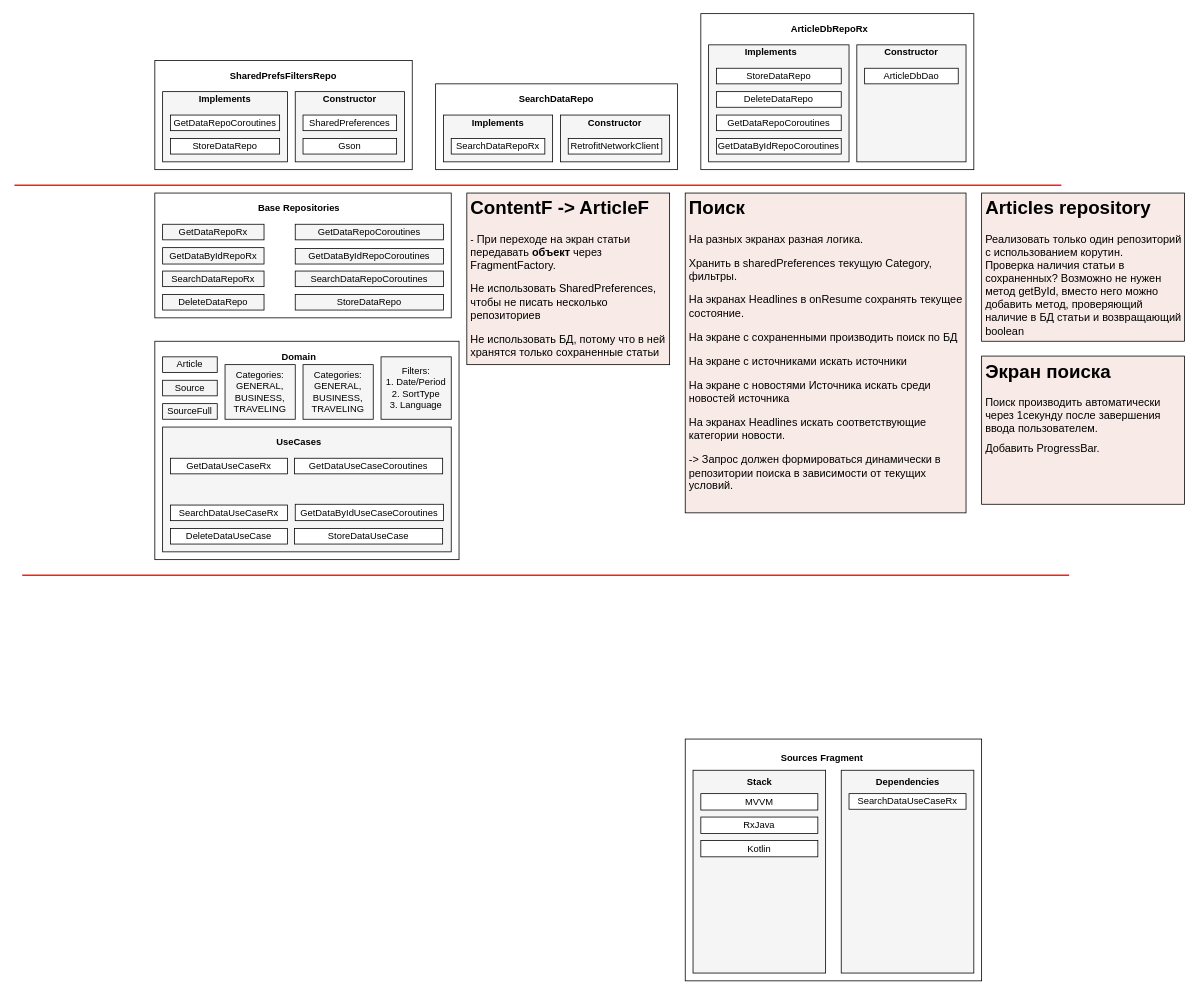
Megrief/AudioPlayer keeps this draw.io diagram as app/Диаграмма без названия.drawio. Above is the earlier version. Source tidied: cells renumbered, new cells numbered last; positions are measured from the earlier drawing's top-left corner, leaving out a move shared by most shapes. Both pictures are drawn from the tidied source at 78%, with x=0, y=0 at pixel (14, 13).
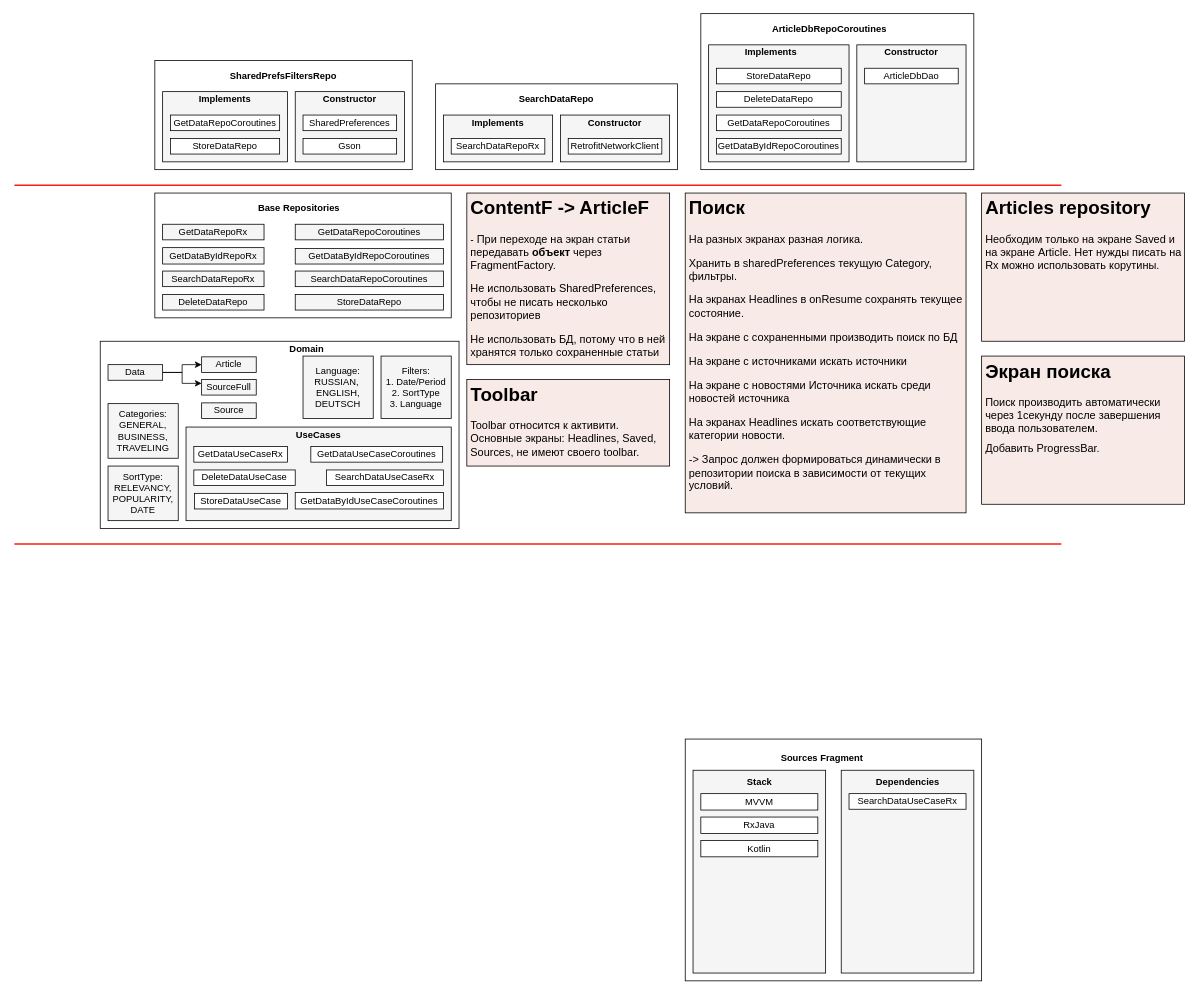
The same page after the edit.

Change to the diagram source:
```diff
@@
     <mxCell id="3" style="rounded=0;whiteSpace=wrap;html=1;" parent="1" vertex="1">
-      <mxGeometry x="180" y="420" width="390" height="280" as="geometry" />
+      <mxGeometry x="110" y="420" width="460" height="240" as="geometry" />
     </mxCell>
     <mxCell id="4" value="Article" style="text;html=1;align=center;verticalAlign=middle;whiteSpace=wrap;rounded=0;strokeColor=#000000;fillColor=#f5f5f5;fontColor=#000000;" parent="1" vertex="1">
-      <mxGeometry x="190" y="440" width="70" height="20" as="geometry" />
+      <mxGeometry x="240" y="440" width="70" height="20" as="geometry" />
     </mxCell>
     <mxCell id="5" value="Source" style="text;html=1;align=center;verticalAlign=middle;whiteSpace=wrap;rounded=0;strokeColor=#000000;fillColor=#f5f5f5;fontColor=#000000;" parent="1" vertex="1">
-      <mxGeometry x="190" y="470" width="70" height="20" as="geometry" />
+      <mxGeometry x="240" y="499" width="70" height="20" as="geometry" />
     </mxCell>
     <mxCell id="6" value="SourceFull" style="text;html=1;align=center;verticalAlign=middle;whiteSpace=wrap;rounded=0;strokeColor=#000000;fillColor=#f5f5f5;fontColor=#000000;" parent="1" vertex="1">
-      <mxGeometry x="190" y="500" width="70" height="20" as="geometry" />
+      <mxGeometry x="240" y="469" width="70" height="20" as="geometry" />
     </mxCell>
     <mxCell id="7" value="Filters:&lt;br&gt;1. Date/Period&lt;br&gt;2. SortType&lt;br&gt;3. Language" style="text;html=1;align=center;verticalAlign=middle;whiteSpace=wrap;rounded=0;strokeColor=#000000;fillColor=#f5f5f5;fontColor=#000000;" parent="1" vertex="1">
-      <mxGeometry x="470" y="440" width="90" height="80" as="geometry" />
+      <mxGeometry x="470" y="439" width="90" height="80" as="geometry" />
     </mxCell>
     <mxCell id="8" style="rounded=0;whiteSpace=wrap;html=1;fillColor=#f5f5f5;fontColor=#000000;strokeColor=#000000;" parent="1" vertex="1">
-      <mxGeometry x="190" y="530" width="370" height="160" as="geometry" />
+      <mxGeometry x="220" y="530" width="340" height="120" as="geometry" />
     </mxCell>
     <mxCell id="9" value="StoreDataUseCase" style="text;html=1;align=center;verticalAlign=middle;whiteSpace=wrap;rounded=0;fillColor=default;strokeColor=default;fontColor=#000000;" parent="1" vertex="1">
-      <mxGeometry x="359" y="660" width="190" height="20" as="geometry" />
+      <mxGeometry x="231" y="615" width="119" height="20" as="geometry" />
     </mxCell>
     <mxCell id="10" value="GetDataUseCaseCoroutines" style="text;html=1;align=center;verticalAlign=middle;whiteSpace=wrap;rounded=0;fillColor=default;strokeColor=default;fontColor=#000000;" parent="1" vertex="1">
-      <mxGeometry x="359" y="570" width="190" height="20" as="geometry" />
+      <mxGeometry x="380" y="555" width="169" height="20" as="geometry" />
     </mxCell>
     <mxCell id="11" value="GetDataByIdUseCaseCoroutines" style="text;html=1;align=center;verticalAlign=middle;whiteSpace=wrap;rounded=0;fillColor=default;strokeColor=default;fontColor=#000000;" parent="1" vertex="1">
-      <mxGeometry x="360" y="629" width="190" height="21" as="geometry" />
+      <mxGeometry x="360" y="614" width="190" height="21" as="geometry" />
     </mxCell>
     <mxCell id="12" value="DeleteDataUseCase" style="text;html=1;align=center;verticalAlign=middle;whiteSpace=wrap;rounded=0;fillColor=default;strokeColor=default;fontColor=#000000;" parent="1" vertex="1">
-      <mxGeometry x="200" y="660" width="150" height="20" as="geometry" />
+      <mxGeometry x="230" y="585" width="130" height="20" as="geometry" />
     </mxCell>
     <mxCell id="13" value="GetDataUseCaseRx" style="text;html=1;align=center;verticalAlign=middle;whiteSpace=wrap;rounded=0;fillColor=default;strokeColor=default;fontColor=#000000;" parent="1" vertex="1">
-      <mxGeometry x="200" y="570" width="150" height="20" as="geometry" />
+      <mxGeometry x="230" y="555" width="120" height="20" as="geometry" />
     </mxCell>
     <mxCell id="14" value="SearchDataUseCaseRx" style="text;html=1;align=center;verticalAlign=middle;whiteSpace=wrap;rounded=0;fillColor=default;strokeColor=default;fontColor=#000000;" parent="1" vertex="1">
-      <mxGeometry x="200" y="630" width="150" height="20" as="geometry" />
+      <mxGeometry x="400" y="585" width="150" height="20" as="geometry" />
     </mxCell>
@@
     <mxCell id="24" value="Domain" style="text;html=1;strokeColor=none;fillColor=none;align=center;verticalAlign=middle;whiteSpace=wrap;rounded=0;fontStyle=1;" parent="1" vertex="1">
-      <mxGeometry x="270" y="430" width="190" height="20" as="geometry" />
+      <mxGeometry x="280" y="420" width="190" height="20" as="geometry" />
     </mxCell>
     <mxCell id="25" value="UseCases" style="text;html=1;strokeColor=none;fillColor=none;align=center;verticalAlign=middle;whiteSpace=wrap;rounded=0;fontStyle=1;" parent="1" vertex="1">
-      <mxGeometry x="270" y="540" width="190" height="20" as="geometry" />
+      <mxGeometry x="295" y="530" width="190" height="20" as="geometry" />
     </mxCell>
@@
-    <mxCell id="46" value="&lt;b&gt;ArticleDbRepoRx&lt;/b&gt;" style="text;html=1;strokeColor=none;fillColor=none;align=center;verticalAlign=middle;whiteSpace=wrap;rounded=0;" parent="1" vertex="1">
+    <mxCell id="46" value="&lt;b&gt;ArticleDbRepoCoroutines&lt;/b&gt;" style="text;html=1;strokeColor=none;fillColor=none;align=center;verticalAlign=middle;whiteSpace=wrap;rounded=0;" parent="1" vertex="1">
       <mxGeometry x="965" y="10" width="160" height="20" as="geometry" />
     </mxCell>
@@
-    <mxCell id="57" value="&lt;h1&gt;Поиск&lt;/h1&gt;&lt;p style=&quot;font-size: 14px;&quot;&gt;&lt;font style=&quot;font-size: 14px;&quot;&gt;На разных экранах разная логика.&amp;nbsp;&lt;/font&gt;&lt;/p&gt;&lt;p style=&quot;font-size: 14px;&quot;&gt;&lt;font style=&quot;font-size: 14px;&quot;&gt;Хранить в sharedPreferences текущую Category, фильтры.&lt;/font&gt;&lt;/p&gt;&lt;p style=&quot;font-size: 14px;&quot;&gt;&lt;font style=&quot;font-size: 14px;&quot;&gt;На экранах Headlines в onResume сохранять текущее состояние.&lt;/font&gt;&lt;/p&gt;&lt;p style=&quot;font-size: 14px;&quot;&gt;&lt;font style=&quot;font-size: 14px;&quot;&gt;На экране с сохраненными производить поиск по БД&lt;/font&gt;&lt;/p&gt;&lt;p style=&quot;font-size: 14px;&quot;&gt;&lt;font style=&quot;font-size: 14px;&quot;&gt;На экране с источниками искать источники&lt;/font&gt;&lt;/p&gt;&lt;p style=&quot;font-size: 14px;&quot;&gt;&lt;font style=&quot;font-size: 14px;&quot;&gt;На экране с новостями Источника искать среди новостей источника&lt;/font&gt;&lt;/p&gt;&lt;p style=&quot;font-size: 14px;&quot;&gt;&lt;font style=&quot;font-size: 14px;&quot;&gt;На экранах Headlines искать соответствующие категории новости.&lt;/font&gt;&lt;/p&gt;&lt;p style=&quot;font-size: 14px;&quot;&gt;&lt;font style=&quot;font-size: 14px;&quot;&gt;-&amp;gt; Запрос должен формироваться динамически в репозитории поиска в зависимости от текущих условий.&lt;/font&gt;&lt;/p&gt;" style="text;html=1;strokeColor=default;fillColor=#F8EBE7;spacing=5;spacingTop=-20;whiteSpace=wrap;overflow=hidden;rounded=0;" parent="1" vertex="1">
+    <mxCell id="57" value="&lt;h1&gt;Поиск&lt;/h1&gt;&lt;p style=&quot;font-size: 14px;&quot;&gt;&lt;font style=&quot;font-size: 14px;&quot;&gt;На разных экранах разная логика.&amp;nbsp;&lt;/font&gt;&lt;/p&gt;&lt;p style=&quot;font-size: 14px;&quot;&gt;&lt;font style=&quot;font-size: 14px;&quot;&gt;Хранить в sharedPreferences текущую Category, фильтры.&lt;/font&gt;&lt;/p&gt;&lt;p style=&quot;font-size: 14px;&quot;&gt;&lt;font style=&quot;font-size: 14px;&quot;&gt;На экранах Headlines в onResume сохранять текущее состояние.&lt;/font&gt;&lt;/p&gt;&lt;p style=&quot;font-size: 14px;&quot;&gt;&lt;font style=&quot;font-size: 14px;&quot;&gt;На экране с сохраненными производить поиск по БД&lt;/font&gt;&lt;/p&gt;&lt;p style=&quot;font-size: 14px;&quot;&gt;&lt;font style=&quot;font-size: 14px;&quot;&gt;На экране с источниками искать источники&lt;/font&gt;&lt;/p&gt;&lt;p style=&quot;font-size: 14px;&quot;&gt;&lt;font style=&quot;font-size: 14px;&quot;&gt;На экране с новостями Источника искать среди новостей источника&lt;/font&gt;&lt;/p&gt;&lt;p style=&quot;font-size: 14px;&quot;&gt;&lt;font style=&quot;font-size: 14px;&quot;&gt;На экранах Headlines искать соответствующие категории новости.&lt;/font&gt;&lt;/p&gt;&lt;p style=&quot;font-size: 14px;&quot;&gt;&lt;font style=&quot;font-size: 14px;&quot;&gt;-&amp;gt; Запрос должен формироваться динамически в репозитории поиска в зависимости от текущих условий.&lt;/font&gt;&lt;/p&gt;&lt;p style=&quot;font-size: 14px;&quot;&gt;&lt;font style=&quot;font-size: 14px;&quot;&gt;&lt;br&gt;&lt;/font&gt;&lt;/p&gt;" style="text;html=1;strokeColor=default;fillColor=#F8EBE7;spacing=5;spacingTop=-20;whiteSpace=wrap;overflow=hidden;rounded=0;" parent="1" vertex="1">
       <mxGeometry x="860" y="230" width="360" height="410" as="geometry" />
     </mxCell>
     <mxCell id="58" value="Categories:&lt;br&gt;GENERAL,&lt;br&gt;BUSINESS,&lt;br&gt;TRAVELING" style="text;html=1;align=center;verticalAlign=middle;whiteSpace=wrap;rounded=0;strokeColor=#000000;fillColor=#f5f5f5;fontColor=#000000;" parent="1" vertex="1">
-      <mxGeometry x="370" y="450" width="90" height="70" as="geometry" />
+      <mxGeometry x="120" y="500" width="90" height="70" as="geometry" />
     </mxCell>
     <mxCell id="59" style="endArrow=none;html=1;rounded=0;strokeWidth=2;strokeColor=#FF1D0D;" parent="1" edge="1">
       <mxGeometry relative="1" as="geometry">
-        <mxPoint x="10" y="720" as="sourcePoint" />
-        <mxPoint x="1352.2" y="720" as="targetPoint" />
+        <mxPoint y="680" as="sourcePoint" />
+        <mxPoint x="1342.2" y="680" as="targetPoint" />
       </mxGeometry>
     </mxCell>
-    <mxCell id="60" value="Categories:&lt;br&gt;GENERAL,&lt;br&gt;BUSINESS,&lt;br&gt;TRAVELING" style="text;html=1;align=center;verticalAlign=middle;whiteSpace=wrap;rounded=0;strokeColor=#000000;fillColor=#f5f5f5;fontColor=#000000;" parent="1" vertex="1">
-      <mxGeometry x="270" y="450" width="90" height="70" as="geometry" />
+    <mxCell id="60" value="SortType:&lt;br&gt;RELEVANCY,&lt;br&gt;POPULARITY,&lt;br&gt;DATE" style="text;html=1;align=center;verticalAlign=middle;whiteSpace=wrap;rounded=0;strokeColor=#000000;fillColor=#f5f5f5;fontColor=#000000;" parent="1" vertex="1">
+      <mxGeometry x="120" y="580" width="90" height="70" as="geometry" />
     </mxCell>
-    <mxCell id="61" value="&lt;h1&gt;&lt;span style=&quot;background-color: initial;&quot;&gt;Articles repository&lt;/span&gt;&lt;/h1&gt;&lt;div style=&quot;font-size: 14px;&quot;&gt;Реализовать только один репозиторий с использованием корутин.&amp;nbsp;&lt;/div&gt;&lt;div style=&quot;font-size: 14px;&quot;&gt;Проверка наличия статьи в сохраненных? Возможно не нужен метод getById, вместо него можно добавить метод, проверяющий наличие в БД статьи и возвращающий boolean&lt;/div&gt;" style="text;html=1;strokeColor=#000000;fillColor=#F8EBE7;spacing=5;spacingTop=-20;whiteSpace=wrap;overflow=hidden;rounded=0;" parent="1" vertex="1">
+    <mxCell id="61" value="&lt;h1&gt;&lt;span style=&quot;background-color: initial;&quot;&gt;Articles repository&lt;/span&gt;&lt;/h1&gt;&lt;div style=&quot;font-size: 14px;&quot;&gt;Необходим только на экране Saved и на экране Article. Нет нужды писать на Rx можно использовать корутины.&lt;/div&gt;" style="text;html=1;strokeColor=#000000;fillColor=#F8EBE7;spacing=5;spacingTop=-20;whiteSpace=wrap;overflow=hidden;rounded=0;" parent="1" vertex="1">
       <mxGeometry x="1240" y="230" width="260" height="190" as="geometry" />
     </mxCell>
@@
+    <mxCell id="73" style="edgeStyle=orthogonalEdgeStyle;rounded=0;jettySize=auto;html=1;exitX=1;exitY=0.5;exitDx=0;exitDy=0;entryX=0;entryY=0.5;entryDx=0;entryDy=0;" parent="1" edge="1" source="75" target="4">
+      <mxGeometry relative="1" as="geometry" />
+    </mxCell>
+    <mxCell id="74" style="edgeStyle=orthogonalEdgeStyle;rounded=0;jettySize=auto;html=1;exitX=1;exitY=0.5;exitDx=0;exitDy=0;entryX=0;entryY=0.25;entryDx=0;entryDy=0;" parent="1" edge="1" source="75" target="6">
+      <mxGeometry relative="1" as="geometry" />
+    </mxCell>
+    <mxCell id="75" value="Data" style="text;html=1;align=center;verticalAlign=middle;whiteSpace=wrap;rounded=0;strokeColor=#000000;fillColor=#f5f5f5;fontColor=#000000;" parent="1" vertex="1">
+      <mxGeometry x="120" y="450" width="70" height="20" as="geometry" />
+    </mxCell>
+    <mxCell id="76" value="Language:&lt;br&gt;RUSSIAN,&amp;nbsp;&lt;br&gt;ENGLISH,&lt;br&gt;DEUTSCH" style="text;html=1;align=center;verticalAlign=middle;whiteSpace=wrap;rounded=0;strokeColor=#000000;fillColor=#f5f5f5;fontColor=#000000;" parent="1" vertex="1">
+      <mxGeometry x="370" y="439" width="90" height="80" as="geometry" />
+    </mxCell>
+    <mxCell id="77" value="&lt;h1&gt;Toolbar&lt;/h1&gt;&lt;div style=&quot;font-size: 14px;&quot;&gt;&lt;font style=&quot;font-size: 14px;&quot;&gt;Toolbar относится к активити. Основные экраны: Headlines, Saved, Sources, не имеют своего toolbar.&lt;br&gt;&lt;/font&gt;&lt;/div&gt;" style="text;html=1;strokeColor=#000000;fillColor=#F8EBE7;spacing=5;spacingTop=-20;whiteSpace=wrap;overflow=hidden;rounded=0;" parent="1" vertex="1">
+      <mxGeometry x="580" y="469" width="260" height="111" as="geometry" />
+    </mxCell>
```
